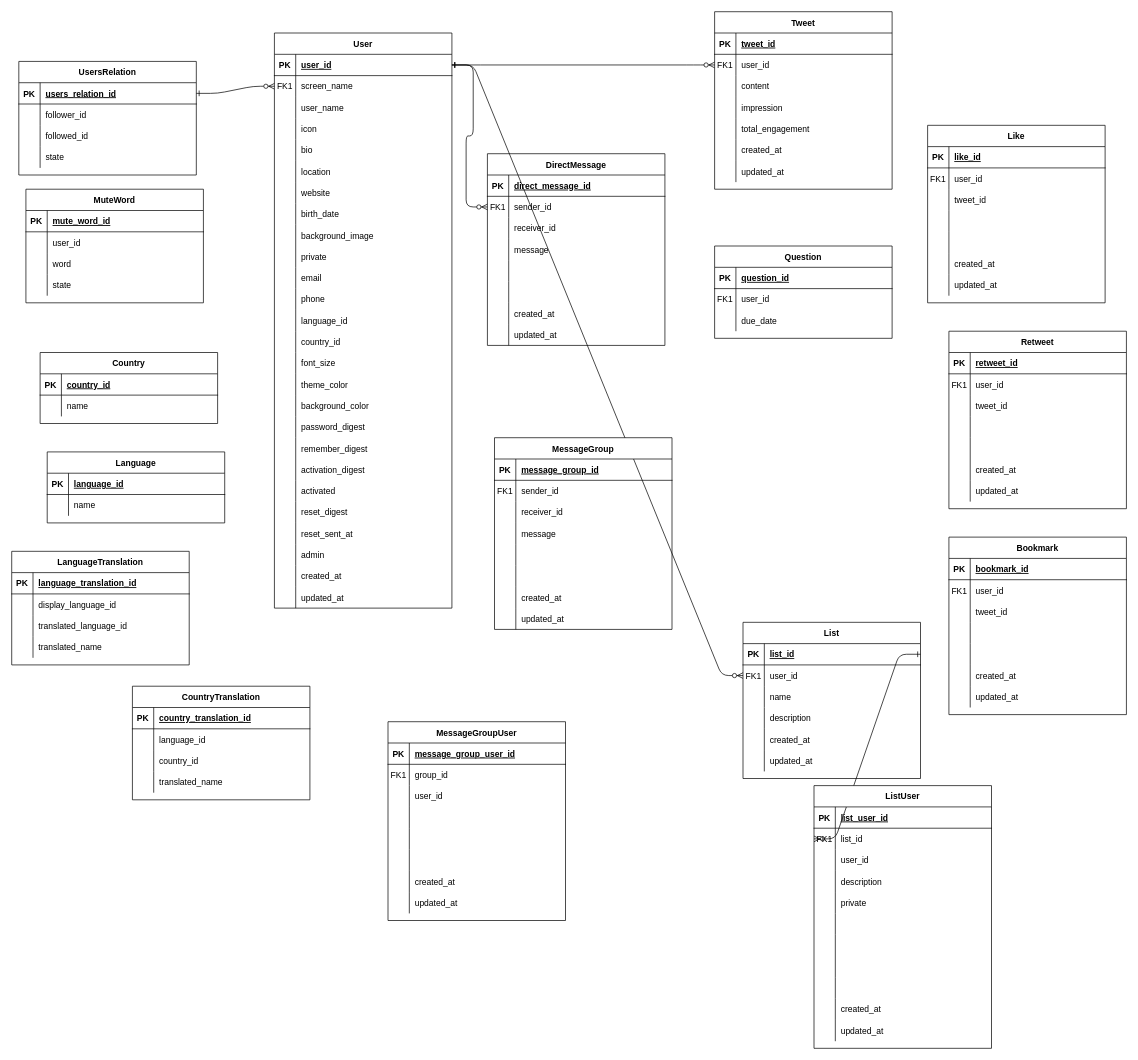
Above: twitter.drawio in universato/boot (draw.io), before the change. Source tidied: cells renumbered, new cells numbered last; positions are measured from the earlier drawing's top-left corner, leaving out a move shared by most shapes. Both pictures are drawn from the tidied source at 71%, with x=0, y=0 at pixel (11, 11).
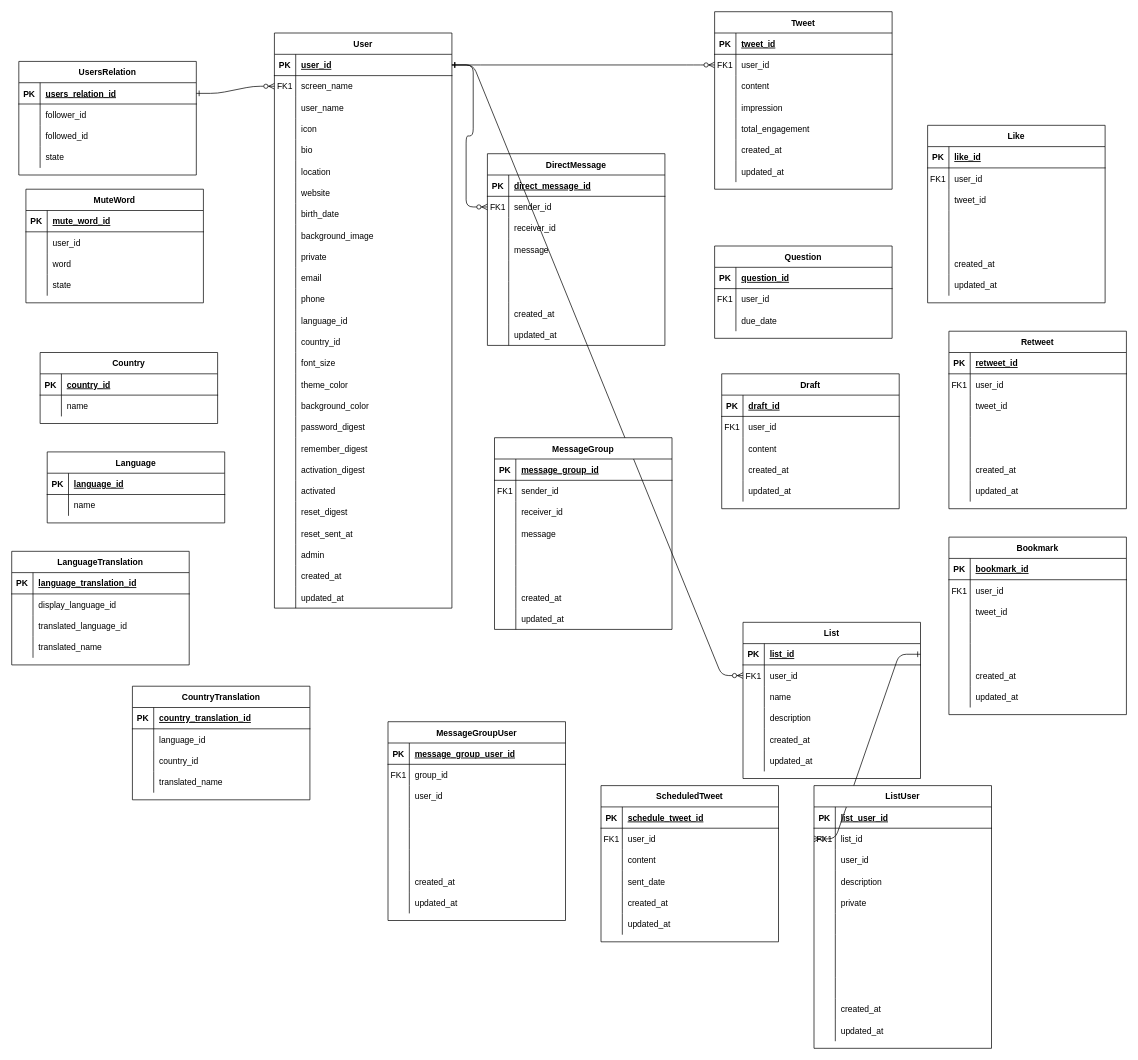
The same diagram, later.

Diff of the diagram source:
```diff
@@
+    <mxCell id="378" value="Draft" style="shape=table;startSize=30;childLayout=tableLayout;rowLines=0;fontStyle=1;align=center;" parent="1" vertex="1">
+      <mxGeometry x="1000" y="510" width="250" height="190" as="geometry" />
+    </mxCell>
+    <mxCell id="379" style="shape=partialRectangle;fillColor=none;top=0;left=0;right=0;bottom=1;" parent="378" vertex="1">
+      <mxGeometry y="30" width="250" height="30" as="geometry" />
+    </mxCell>
+    <mxCell id="380" value="PK" style="shape=partialRectangle;overflow=hidden;fillColor=none;top=0;left=0;bottom=0;right=0;fontStyle=1;" parent="379" vertex="1">
+      <mxGeometry width="30" height="30" as="geometry" />
+    </mxCell>
+    <mxCell id="381" value="draft_id" style="shape=partialRectangle;overflow=hidden;fillColor=none;top=0;left=0;bottom=0;right=0;align=left;spacingLeft=6;fontStyle=5;" parent="379" vertex="1">
+      <mxGeometry x="30" width="220" height="30" as="geometry" />
+    </mxCell>
+    <mxCell id="382" style="shape=partialRectangle;fillColor=none;top=0;left=0;right=0;bottom=0;" parent="378" vertex="1">
+      <mxGeometry y="60" width="250" height="30" as="geometry" />
+    </mxCell>
+    <mxCell id="383" value="FK1" style="shape=partialRectangle;overflow=hidden;fillColor=none;top=0;left=0;bottom=0;right=0;" parent="382" vertex="1">
+      <mxGeometry width="30" height="30" as="geometry" />
+    </mxCell>
+    <mxCell id="384" value="user_id" style="shape=partialRectangle;overflow=hidden;fillColor=none;top=0;left=0;bottom=0;right=0;align=left;spacingLeft=6;" parent="382" vertex="1">
+      <mxGeometry x="30" width="220" height="30" as="geometry" />
+    </mxCell>
+    <mxCell id="385" style="shape=partialRectangle;fillColor=none;top=0;left=0;right=0;bottom=0;" parent="378" vertex="1">
+      <mxGeometry y="90" width="250" height="30" as="geometry" />
+    </mxCell>
+    <mxCell id="386" style="shape=partialRectangle;overflow=hidden;fillColor=none;top=0;left=0;bottom=0;right=0;" parent="385" vertex="1">
+      <mxGeometry width="30" height="30" as="geometry" />
+    </mxCell>
+    <mxCell id="387" value="content" style="shape=partialRectangle;overflow=hidden;fillColor=none;top=0;left=0;bottom=0;right=0;align=left;spacingLeft=6;" parent="385" vertex="1">
+      <mxGeometry x="30" width="220" height="30" as="geometry" />
+    </mxCell>
+    <mxCell id="388" style="shape=partialRectangle;fillColor=none;top=0;left=0;right=0;bottom=0;" parent="378" vertex="1">
+      <mxGeometry y="120" width="250" height="30" as="geometry" />
+    </mxCell>
+    <mxCell id="389" style="shape=partialRectangle;overflow=hidden;fillColor=none;top=0;left=0;bottom=0;right=0;" parent="388" vertex="1">
+      <mxGeometry width="30" height="30" as="geometry" />
+    </mxCell>
+    <mxCell id="390" value="created_at" style="shape=partialRectangle;overflow=hidden;fillColor=none;top=0;left=0;bottom=0;right=0;align=left;spacingLeft=6;" parent="388" vertex="1">
+      <mxGeometry x="30" width="220" height="30" as="geometry" />
+    </mxCell>
+    <mxCell id="391" style="shape=partialRectangle;fillColor=none;top=0;left=0;right=0;bottom=0;" parent="378" vertex="1">
+      <mxGeometry y="150" width="250" height="30" as="geometry" />
+    </mxCell>
+    <mxCell id="392" style="shape=partialRectangle;overflow=hidden;fillColor=none;top=0;left=0;bottom=0;right=0;" parent="391" vertex="1">
+      <mxGeometry width="30" height="30" as="geometry" />
+    </mxCell>
+    <mxCell id="393" value="updated_at" style="shape=partialRectangle;overflow=hidden;fillColor=none;top=0;left=0;bottom=0;right=0;align=left;spacingLeft=6;" parent="391" vertex="1">
+      <mxGeometry x="30" width="220" height="30" as="geometry" />
+    </mxCell>
@@
+    <mxCell id="394" value="ScheduledTweet" style="shape=table;startSize=30;childLayout=tableLayout;rowLines=0;fontStyle=1;align=center;" parent="1" vertex="1">
+      <mxGeometry x="830" y="1090" width="250" height="220" as="geometry" />
+    </mxCell>
+    <mxCell id="395" style="shape=partialRectangle;fillColor=none;top=0;left=0;right=0;bottom=1;" parent="394" vertex="1">
+      <mxGeometry y="30" width="250" height="30" as="geometry" />
+    </mxCell>
+    <mxCell id="396" value="PK" style="shape=partialRectangle;overflow=hidden;fillColor=none;top=0;left=0;bottom=0;right=0;fontStyle=1;" parent="395" vertex="1">
+      <mxGeometry width="30" height="30" as="geometry" />
+    </mxCell>
+    <mxCell id="397" value="schedule_tweet_id" style="shape=partialRectangle;overflow=hidden;fillColor=none;top=0;left=0;bottom=0;right=0;align=left;spacingLeft=6;fontStyle=5;" parent="395" vertex="1">
+      <mxGeometry x="30" width="220" height="30" as="geometry" />
+    </mxCell>
+    <mxCell id="398" style="shape=partialRectangle;fillColor=none;top=0;left=0;right=0;bottom=0;" parent="394" vertex="1">
+      <mxGeometry y="60" width="250" height="30" as="geometry" />
+    </mxCell>
+    <mxCell id="399" value="FK1" style="shape=partialRectangle;overflow=hidden;fillColor=none;top=0;left=0;bottom=0;right=0;" parent="398" vertex="1">
+      <mxGeometry width="30" height="30" as="geometry" />
+    </mxCell>
+    <mxCell id="400" value="user_id" style="shape=partialRectangle;overflow=hidden;fillColor=none;top=0;left=0;bottom=0;right=0;align=left;spacingLeft=6;" parent="398" vertex="1">
+      <mxGeometry x="30" width="220" height="30" as="geometry" />
+    </mxCell>
+    <mxCell id="401" style="shape=partialRectangle;fillColor=none;top=0;left=0;right=0;bottom=0;" parent="394" vertex="1">
+      <mxGeometry y="90" width="250" height="30" as="geometry" />
+    </mxCell>
+    <mxCell id="402" style="shape=partialRectangle;overflow=hidden;fillColor=none;top=0;left=0;bottom=0;right=0;" parent="401" vertex="1">
+      <mxGeometry width="30" height="30" as="geometry" />
+    </mxCell>
+    <mxCell id="403" value="content" style="shape=partialRectangle;overflow=hidden;fillColor=none;top=0;left=0;bottom=0;right=0;align=left;spacingLeft=6;" parent="401" vertex="1">
+      <mxGeometry x="30" width="220" height="30" as="geometry" />
+    </mxCell>
+    <mxCell id="404" style="shape=partialRectangle;fillColor=none;top=0;left=0;right=0;bottom=0;" parent="394" vertex="1">
+      <mxGeometry y="120" width="250" height="30" as="geometry" />
+    </mxCell>
+    <mxCell id="405" style="shape=partialRectangle;overflow=hidden;fillColor=none;top=0;left=0;bottom=0;right=0;" parent="404" vertex="1">
+      <mxGeometry width="30" height="30" as="geometry" />
+    </mxCell>
+    <mxCell id="406" value="sent_date" style="shape=partialRectangle;overflow=hidden;fillColor=none;top=0;left=0;bottom=0;right=0;align=left;spacingLeft=6;" parent="404" vertex="1">
+      <mxGeometry x="30" width="220" height="30" as="geometry" />
+    </mxCell>
+    <mxCell id="407" style="shape=partialRectangle;fillColor=none;top=0;left=0;right=0;bottom=0;" parent="394" vertex="1">
+      <mxGeometry y="150" width="250" height="30" as="geometry" />
+    </mxCell>
+    <mxCell id="408" style="shape=partialRectangle;overflow=hidden;fillColor=none;top=0;left=0;bottom=0;right=0;" parent="407" vertex="1">
+      <mxGeometry width="30" height="30" as="geometry" />
+    </mxCell>
+    <mxCell id="409" value="created_at" style="shape=partialRectangle;overflow=hidden;fillColor=none;top=0;left=0;bottom=0;right=0;align=left;spacingLeft=6;" parent="407" vertex="1">
+      <mxGeometry x="30" width="220" height="30" as="geometry" />
+    </mxCell>
+    <mxCell id="410" style="shape=partialRectangle;fillColor=none;top=0;left=0;right=0;bottom=0;" parent="394" vertex="1">
+      <mxGeometry y="180" width="250" height="30" as="geometry" />
+    </mxCell>
+    <mxCell id="411" style="shape=partialRectangle;overflow=hidden;fillColor=none;top=0;left=0;bottom=0;right=0;" parent="410" vertex="1">
+      <mxGeometry width="30" height="30" as="geometry" />
+    </mxCell>
+    <mxCell id="412" value="updated_at" style="shape=partialRectangle;overflow=hidden;fillColor=none;top=0;left=0;bottom=0;right=0;align=left;spacingLeft=6;" parent="410" vertex="1">
+      <mxGeometry x="30" width="220" height="30" as="geometry" />
+    </mxCell>
```
